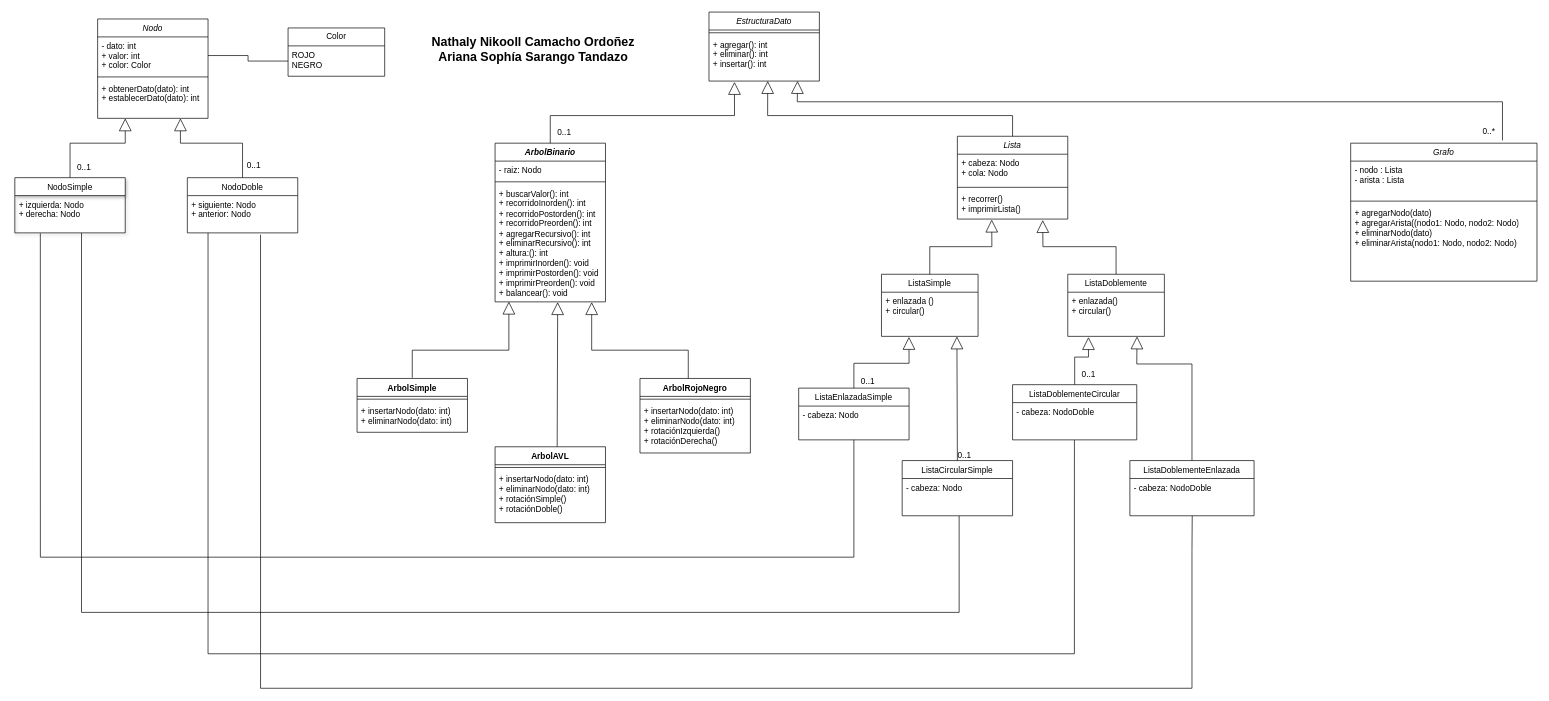
Before: ArbolBinario.drawio in ArianaSarango/ArbolBinario, a draw.io diagram. Source tidied: cells renumbered, new cells numbered last; positions are measured from the earlier drawing's top-left corner, leaving out a move shared by most shapes. Both pictures are drawn from the tidied source at 69%, with x=0, y=0 at pixel (14, 12).
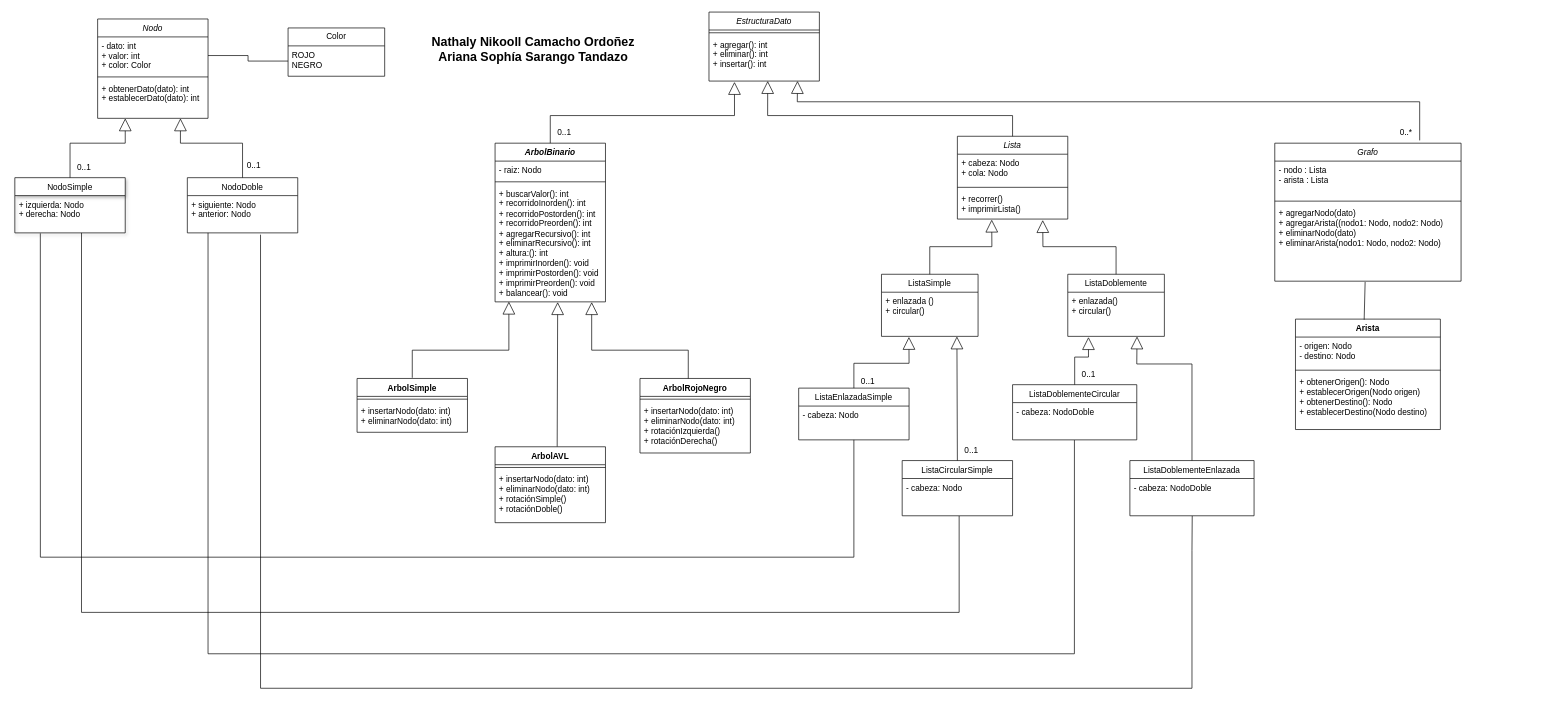
Above is the later version.

The change refers to these unchanged cells:
```xml
<mxCell id="4" value="+ agregar(): int&#10;+ eliminar(): int&#10;+ insertar(): int" style="text;align=left;verticalAlign=top;spacingLeft=4;spacingRight=4;overflow=hidden;points=[[0,0.5],[1,0.5]];portConstraint=eastwest;" parent="2" vertex="1">
  <mxGeometry y="34" width="160" height="66" as="geometry" />
</mxCell>
<mxCell id="67" value="+ agregarNodo(dato)&lt;div&gt;+ agregarArista((nodo1: Nodo, nodo2: Nodo)&lt;/div&gt;&lt;div&gt;+ eliminarNodo(dato)&lt;/div&gt;&lt;div&gt;+ eliminarArista(nodo1: Nodo, nodo2: Nodo)&lt;/div&gt;" style="text;strokeColor=none;fillColor=none;align=left;verticalAlign=top;spacingLeft=4;spacingRight=4;overflow=hidden;points=[[0,0.5],[1,0.5]];portConstraint=eastwest;whiteSpace=wrap;html=1;" parent="64" vertex="1">
  <mxGeometry y="88" width="270" height="112" as="geometry" />
</mxCell>
```

Diff of the diagram source:
```diff
@@
     <mxCell id="63" style="endArrow=block;endSize=16;endFill=0;html=1;rounded=0;entryX=0.802;entryY=0.998;entryDx=0;entryDy=0;entryPerimeter=0;" parent="1" edge="1" target="4">
       <mxGeometry relative="1" as="geometry">
-        <mxPoint x="2156" y="186" as="sourcePoint" />
+        <mxPoint x="2036" y="186" as="sourcePoint" />
         <Array as="points">
-          <mxPoint x="2156" y="130" />
+          <mxPoint x="2036" y="130" />
           <mxPoint x="1134" y="130" />
         </Array>
       </mxGeometry>
     </mxCell>
     <mxCell id="64" value="&lt;span style=&quot;font-weight: normal;&quot;&gt;&lt;i&gt;Grafo&lt;/i&gt;&lt;/span&gt;" style="swimlane;fontStyle=1;align=center;verticalAlign=top;horizontal=1;startSize=26;whiteSpace=wrap;html=1;" parent="1" vertex="1">
-      <mxGeometry x="1936" y="190" width="270" height="200" as="geometry" />
+      <mxGeometry x="1826" y="190" width="270" height="200" as="geometry" />
     </mxCell>
@@
     <mxCell id="70" value="0..*" style="text;html=1;align=center;verticalAlign=middle;strokeColor=none;fillColor=none;" parent="1" vertex="1">
-      <mxGeometry x="2116" y="158" width="40" height="30" as="geometry" />
+      <mxGeometry x="1996" y="160" width="40" height="30" as="geometry" />
     </mxCell>
@@
     <mxCell id="74" value="0..1" style="text;html=1;align=center;verticalAlign=middle;strokeColor=none;fillColor=none;" parent="1" vertex="1">
-      <mxGeometry x="1356" y="628" width="40" height="30" as="geometry" />
+      <mxGeometry x="1366" y="620" width="40" height="30" as="geometry" />
     </mxCell>
+    <mxCell id="75" value="Arista" style="swimlane;fontStyle=1;align=center;verticalAlign=top;horizontal=1;startSize=26;whiteSpace=wrap;html=1;" parent="1" vertex="1">
+      <mxGeometry x="1856" y="445" width="210" height="160" as="geometry" />
+    </mxCell>
+    <mxCell id="76" value="- origen: Nodo &lt;br&gt;- destino: Nodo " style="text;strokeColor=none;fillColor=none;align=left;verticalAlign=top;spacingLeft=4;spacingRight=4;overflow=hidden;whiteSpace=wrap;html=1;" parent="75" vertex="1">
+      <mxGeometry y="26" width="210" height="44" as="geometry" />
+    </mxCell>
+    <mxCell id="77" style="line;strokeWidth=1;fillColor=none;align=left;verticalAlign=middle;spacingTop=-1;spacingLeft=3;spacingRight=3;labelPosition=right;strokeColor=inherit;" parent="75" vertex="1">
+      <mxGeometry y="70" width="210" height="8" as="geometry" />
+    </mxCell>
+    <mxCell id="78" value="+ obtenerOrigen(): Nodo&amp;nbsp;&amp;nbsp;&amp;nbsp;&amp;nbsp;&amp;nbsp; &amp;nbsp;&lt;br&gt;+ establecerOrigen(Nodo origen)&lt;br&gt;+ obtenerDestino(): Nodo &amp;nbsp;&lt;br&gt;+ establecerDestino(Nodo destino)" style="text;strokeColor=none;fillColor=none;align=left;verticalAlign=top;spacingLeft=4;spacingRight=4;overflow=hidden;whiteSpace=wrap;html=1;" parent="75" vertex="1">
+      <mxGeometry y="78" width="210" height="82" as="geometry" />
+    </mxCell>
+    <mxCell id="79" style="endArrow=none;html=1;rounded=0;exitX=0.485;exitY=1.01;exitDx=0;exitDy=0;exitPerimeter=0;entryX=0.474;entryY=0.005;entryDx=0;entryDy=0;entryPerimeter=0;" parent="1" edge="1" source="67" target="75">
+      <mxGeometry relative="1" as="geometry" />
+    </mxCell>
```
